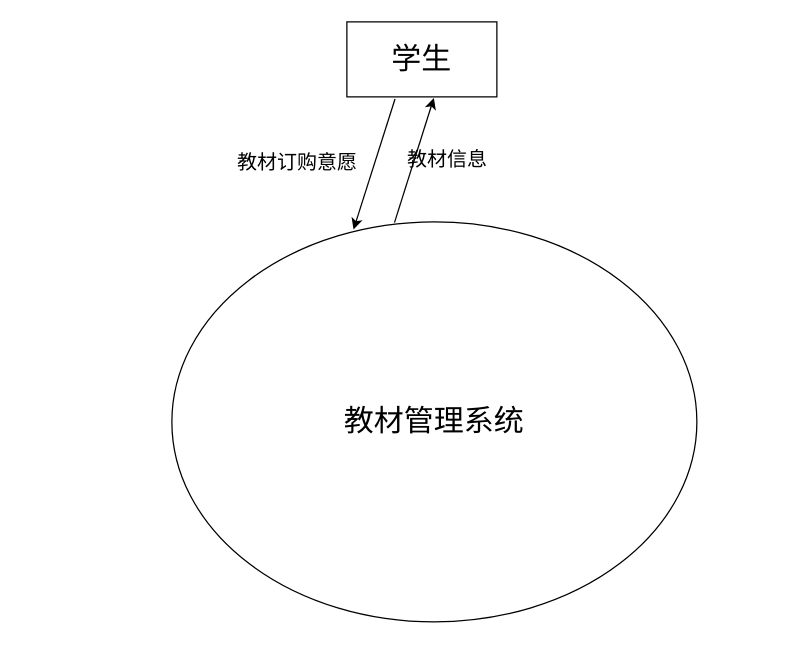
Above: page "第 1 页" (1 of 2) of 未命名绘图.drawio in chenkeao/databaseDesign (draw.io), before the change. Source tidied: cells renumbered, new cells numbered last; positions are measured from the earlier drawing's top-left corner, leaving out a move shared by most shapes. Both pictures are drawn from the tidied source at 125%, with x=0, y=0 at pixel (171, 21).
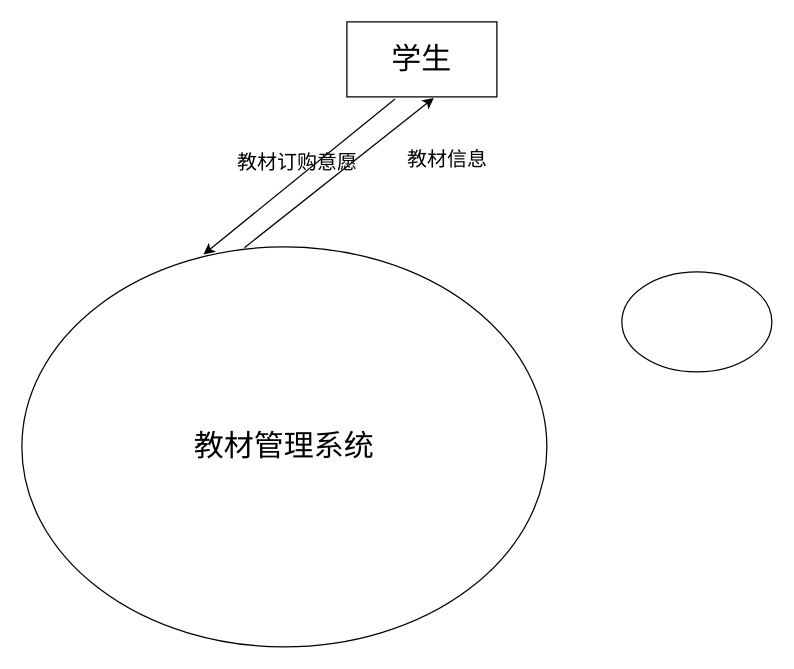
Above is the later version.

What changed in the source:
```diff
@@
 <mxGraphModel>
   <root>
     <mxCell id="0" />
     <mxCell id="1" parent="0" />
     <mxCell id="2" value="&lt;font style=&quot;font-size: 24px;&quot;&gt;教材管理系统&lt;/font&gt;" style="ellipse;whiteSpace=wrap;html=1;" parent="1" vertex="1">
-      <mxGeometry y="160" width="420" height="320" as="geometry" />
+      <mxGeometry x="-120" y="180" width="420" height="320" as="geometry" />
     </mxCell>
     <mxCell id="3" value="学生" style="rounded=0;whiteSpace=wrap;html=1;fontSize=24;" parent="1" vertex="1">
       <mxGeometry x="140" width="120" height="60" as="geometry" />
     </mxCell>
     <mxCell id="4" style="endArrow=classic;html=1;rounded=0;fontSize=24;exitX=0.321;exitY=1.029;exitDx=0;exitDy=0;entryX=0.346;entryY=0.019;entryDx=0;entryDy=0;entryPerimeter=0;exitPerimeter=0;" parent="1" edge="1" source="3" target="2">
       <mxGeometry relative="1" as="geometry" />
     </mxCell>
     <mxCell id="5" value="&lt;font style=&quot;font-size: 16px;&quot;&gt;教材订购意愿&lt;/font&gt;" style="text;html=1;align=center;verticalAlign=middle;strokeColor=none;fillColor=none;fontSize=24;" parent="1" vertex="1">
       <mxGeometry x="40" y="90" width="120" height="40" as="geometry" />
     </mxCell>
     <mxCell id="6" style="endArrow=classic;html=1;rounded=0;fontSize=16;exitX=0.424;exitY=0.002;exitDx=0;exitDy=0;exitPerimeter=0;entryX=0.58;entryY=1.014;entryDx=0;entryDy=0;entryPerimeter=0;" parent="1" edge="1" source="2" target="3">
       <mxGeometry relative="1" as="geometry" />
     </mxCell>
     <mxCell id="7" value="教材信息" style="text;html=1;align=center;verticalAlign=middle;strokeColor=none;fillColor=none;fontSize=16;" parent="1" vertex="1">
       <mxGeometry x="175" y="95" width="90" height="30" as="geometry" />
     </mxCell>
+    <mxCell id="8" style="ellipse;whiteSpace=wrap;html=1;fontSize=16;" parent="1" vertex="1">
+      <mxGeometry x="360" y="200" width="120" height="80" as="geometry" />
+    </mxCell>
   </root>
 </mxGraphModel>
```
